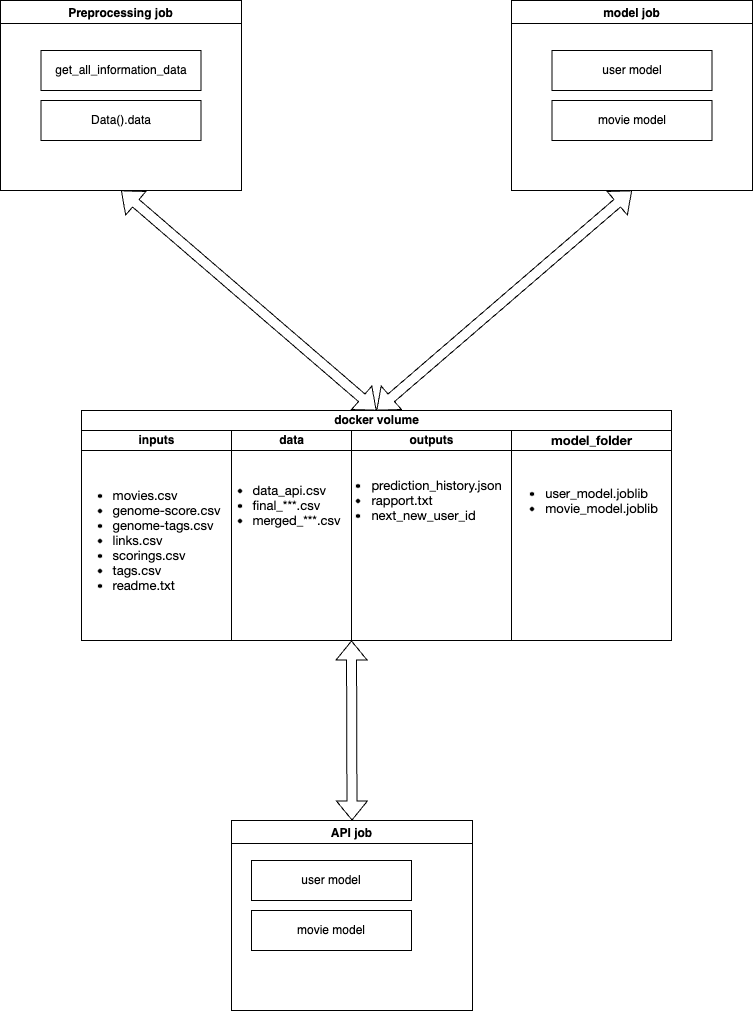
This is Images/reco_diagram.png from mlops-recofilm/recofilm, a draw.io export, as it was before one commit. Source tidied: cells renumbered, new cells last; positions are measured from the earlier drawing's top-left corner, leaving out a move shared by most shapes.
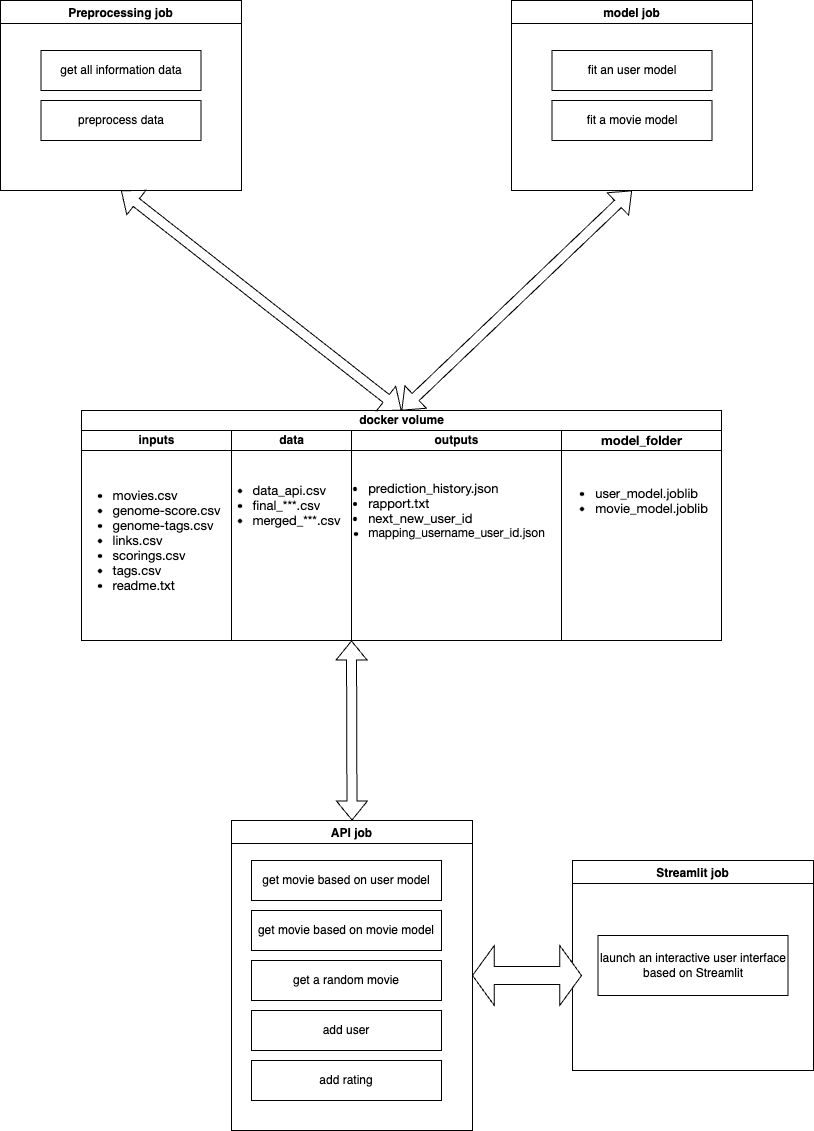
Later version of the same file.

Diff of the diagram source:
```diff
@@ -5,14 +5,14 @@
     <mxCell id="2" value="Preprocessing job" style="swimlane;" parent="1" vertex="1">
       <mxGeometry width="241" height="190" as="geometry" />
     </mxCell>
-    <mxCell id="3" value="get_all_information_data" style="rounded=0;whiteSpace=wrap;html=1;" parent="2" vertex="1">
+    <mxCell id="3" value="get all information data" style="rounded=0;whiteSpace=wrap;html=1;" parent="2" vertex="1">
       <mxGeometry x="40.5" y="50" width="160" height="40" as="geometry" />
     </mxCell>
-    <mxCell id="4" value="Data().data" style="rounded=0;whiteSpace=wrap;html=1;" parent="2" vertex="1">
+    <mxCell id="4" value="preprocess data" style="rounded=0;whiteSpace=wrap;html=1;" parent="2" vertex="1">
       <mxGeometry x="40.5" y="100" width="160" height="40" as="geometry" />
     </mxCell>
     <mxCell id="5" value="docker volume" style="swimlane;startSize=20;html=1;" parent="1" vertex="1">
-      <mxGeometry x="81" y="410" width="590" height="230" as="geometry" />
+      <mxGeometry x="81" y="410" width="640" height="230" as="geometry" />
     </mxCell>
     <mxCell id="6" value="inputs" style="swimlane;startSize=20;html=1;" parent="5" vertex="1">
       <mxGeometry y="20" width="150" height="210" as="geometry" />
@@ -24,16 +24,16 @@
       <mxGeometry x="150" y="20" width="120" height="210" as="geometry" />
     </mxCell>
     <mxCell id="9" value="outputs" style="swimlane;startSize=20;html=1;" parent="5" vertex="1">
-      <mxGeometry x="270" y="20" width="160" height="210" as="geometry" />
+      <mxGeometry x="270" y="20" width="210" height="210" as="geometry" />
     </mxCell>
-    <mxCell id="10" value="&lt;ul style=&quot;font-size: medium; text-align: start;&quot; class=&quot;ul1&quot;&gt;&lt;ul style=&quot;list-style-type: disc;&quot; class=&quot;ul1&quot;&gt;&lt;li style=&quot;margin: 0px; font-variant-numeric: normal; font-variant-east-asian: normal; font-variant-alternates: normal; font-kerning: auto; font-optical-sizing: auto; font-feature-settings: normal; font-variation-settings: normal; font-stretch: normal; font-size: 13px; line-height: normal; font-family: &amp;quot;Helvetica Neue&amp;quot;;&quot; class=&quot;li1&quot;&gt;prediction_history.json&lt;/li&gt;&lt;li style=&quot;margin: 0px; font-variant-numeric: normal; font-variant-east-asian: normal; font-variant-alternates: normal; font-kerning: auto; font-optical-sizing: auto; font-feature-settings: normal; font-variation-settings: normal; font-stretch: normal; font-size: 13px; line-height: normal; font-family: &amp;quot;Helvetica Neue&amp;quot;;&quot; class=&quot;li1&quot;&gt;&lt;span style=&quot;font-variant-numeric: normal; font-variant-east-asian: normal; font-variant-alternates: normal; font-kerning: auto; font-optical-sizing: auto; font-feature-settings: normal; font-variation-settings: normal; font-stretch: normal; font-size: 9px; line-height: normal; font-family: Menlo;&quot; class=&quot;s1&quot;&gt;&lt;/span&gt;rapport.txt&lt;/li&gt;&lt;li style=&quot;margin: 0px; font-variant-numeric: normal; font-variant-east-asian: normal; font-variant-alternates: normal; font-kerning: auto; font-optical-sizing: auto; font-feature-settings: normal; font-variation-settings: normal; font-stretch: normal; font-size: 13px; line-height: normal; font-family: &amp;quot;Helvetica Neue&amp;quot;;&quot; class=&quot;li1&quot;&gt;next_new_user_id&lt;/li&gt;&lt;/ul&gt;&lt;/ul&gt;" style="text;html=1;align=center;verticalAlign=middle;strokeColor=none;fillColor=none;" parent="9" vertex="1">
-      <mxGeometry x="-70" y="25" width="230" height="90" as="geometry" />
+    <mxCell id="10" value="&lt;ul style=&quot;text-align: start;&quot; class=&quot;ul1&quot;&gt;&lt;ul style=&quot;list-style-type: disc;&quot; class=&quot;ul1&quot;&gt;&lt;li style=&quot;font-size: 13px; margin: 0px; font-variant-numeric: normal; font-variant-east-asian: normal; font-variant-alternates: normal; font-kerning: auto; font-optical-sizing: auto; font-feature-settings: normal; font-variation-settings: normal; font-stretch: normal; line-height: normal; font-family: &amp;quot;Helvetica Neue&amp;quot;;&quot; class=&quot;li1&quot;&gt;prediction_history.json&lt;/li&gt;&lt;li style=&quot;font-size: 13px; margin: 0px; font-variant-numeric: normal; font-variant-east-asian: normal; font-variant-alternates: normal; font-kerning: auto; font-optical-sizing: auto; font-feature-settings: normal; font-variation-settings: normal; font-stretch: normal; line-height: normal; font-family: &amp;quot;Helvetica Neue&amp;quot;;&quot; class=&quot;li1&quot;&gt;&lt;span style=&quot;font-variant-numeric: normal; font-variant-east-asian: normal; font-variant-alternates: normal; font-kerning: auto; font-optical-sizing: auto; font-feature-settings: normal; font-variation-settings: normal; font-stretch: normal; font-size: 9px; line-height: normal; font-family: Menlo;&quot; class=&quot;s1&quot;&gt;&lt;/span&gt;rapport.txt&lt;/li&gt;&lt;li style=&quot;font-size: 13px; margin: 0px; font-variant-numeric: normal; font-variant-east-asian: normal; font-variant-alternates: normal; font-kerning: auto; font-optical-sizing: auto; font-feature-settings: normal; font-variation-settings: normal; font-stretch: normal; line-height: normal; font-family: &amp;quot;Helvetica Neue&amp;quot;;&quot; class=&quot;li1&quot;&gt;next_new_user_id&lt;/li&gt;&lt;li style=&quot;margin: 0px; font-variant-numeric: normal; font-variant-east-asian: normal; font-variant-alternates: normal; font-kerning: auto; font-optical-sizing: auto; font-feature-settings: normal; font-variation-settings: normal; font-stretch: normal; line-height: normal;&quot; class=&quot;li1&quot;&gt;&lt;font face=&quot;Helvetica Neue&quot;&gt;mapping_username_user_id.json&lt;/font&gt;&lt;br&gt;&lt;/li&gt;&lt;/ul&gt;&lt;/ul&gt;" style="text;html=1;align=center;verticalAlign=middle;strokeColor=none;fillColor=none;" parent="9" vertex="1">
+      <mxGeometry x="-75" y="30" width="280" height="100" as="geometry" />
     </mxCell>
     <mxCell id="11" value="&lt;ul style=&quot;font-size: medium; text-align: start;&quot; class=&quot;ul1&quot;&gt;&lt;ul style=&quot;list-style-type: disc;&quot; class=&quot;ul1&quot;&gt;&lt;li style=&quot;margin: 0px; font-variant-numeric: normal; font-variant-east-asian: normal; font-variant-alternates: normal; font-kerning: auto; font-optical-sizing: auto; font-feature-settings: normal; font-variation-settings: normal; font-stretch: normal; font-size: 13px; line-height: normal; font-family: &amp;quot;Helvetica Neue&amp;quot;;&quot; class=&quot;li1&quot;&gt;data_api.csv&lt;/li&gt;&lt;li style=&quot;margin: 0px; font-variant-numeric: normal; font-variant-east-asian: normal; font-variant-alternates: normal; font-kerning: auto; font-optical-sizing: auto; font-feature-settings: normal; font-variation-settings: normal; font-stretch: normal; font-size: 13px; line-height: normal; font-family: &amp;quot;Helvetica Neue&amp;quot;;&quot; class=&quot;li1&quot;&gt;&lt;span style=&quot;font-variant-numeric: normal; font-variant-east-asian: normal; font-variant-alternates: normal; font-kerning: auto; font-optical-sizing: auto; font-feature-settings: normal; font-variation-settings: normal; font-stretch: normal; font-size: 9px; line-height: normal; font-family: Menlo;&quot; class=&quot;s1&quot;&gt;&lt;/span&gt;final_***.csv&lt;/li&gt;&lt;li style=&quot;margin: 0px; font-variant-numeric: normal; font-variant-east-asian: normal; font-variant-alternates: normal; font-kerning: auto; font-optical-sizing: auto; font-feature-settings: normal; font-variation-settings: normal; font-stretch: normal; font-size: 13px; line-height: normal; font-family: &amp;quot;Helvetica Neue&amp;quot;;&quot; class=&quot;li1&quot;&gt;&lt;span style=&quot;font-variant-numeric: normal; font-variant-east-asian: normal; font-variant-alternates: normal; font-kerning: auto; font-optical-sizing: auto; font-feature-settings: normal; font-variation-settings: normal; font-stretch: normal; font-size: 9px; line-height: normal; font-family: Menlo;&quot; class=&quot;s1&quot;&gt;&lt;/span&gt;merged_***.csv&lt;/li&gt;&lt;/ul&gt;&lt;/ul&gt;" style="text;html=1;align=center;verticalAlign=middle;strokeColor=none;fillColor=none;" parent="9" vertex="1">
       <mxGeometry x="-190" y="30" width="190" height="90" as="geometry" />
     </mxCell>
     <mxCell id="12" value="&lt;span style=&quot;font-family: &amp;quot;Helvetica Neue&amp;quot;; font-size: 13px; text-align: start; background-color: initial;&quot;&gt;model_folder&lt;/span&gt;" style="swimlane;startSize=20;html=1;fontStyle=1;" parent="5" vertex="1">
-      <mxGeometry x="430" y="20" width="160" height="210" as="geometry" />
+      <mxGeometry x="480" y="20" width="160" height="210" as="geometry" />
     </mxCell>
     <mxCell id="13" value="&lt;ul style=&quot;border-color: var(--border-color); font-size: medium; text-align: start;&quot; class=&quot;ul1&quot;&gt;&lt;li style=&quot;border-color: var(--border-color); margin: 0px; font-variant-numeric: normal; font-variant-east-asian: normal; font-variant-alternates: normal; font-kerning: auto; font-optical-sizing: auto; font-feature-settings: normal; font-variation-settings: normal; font-stretch: normal; font-size: 13px; line-height: normal; font-family: &amp;quot;Helvetica Neue&amp;quot;;&quot; class=&quot;li1&quot;&gt;user_model.joblib&lt;/li&gt;&lt;li style=&quot;border-color: var(--border-color); margin: 0px; font-variant-numeric: normal; font-variant-east-asian: normal; font-variant-alternates: normal; font-kerning: auto; font-optical-sizing: auto; font-feature-settings: normal; font-variation-settings: normal; font-stretch: normal; font-size: 13px; line-height: normal; font-family: &amp;quot;Helvetica Neue&amp;quot;;&quot; class=&quot;li1&quot;&gt;movie_model.joblib&lt;/li&gt;&lt;/ul&gt;" style="text;html=1;align=center;verticalAlign=middle;strokeColor=none;fillColor=none;" parent="12" vertex="1">
       <mxGeometry x="-20" y="30" width="180" height="80" as="geometry" />
@@ -41,10 +41,10 @@
     <mxCell id="14" value="model job" style="swimlane;" parent="1" vertex="1">
       <mxGeometry x="511" width="241" height="190" as="geometry" />
     </mxCell>
-    <mxCell id="15" value="user model" style="rounded=0;whiteSpace=wrap;html=1;align=center;" parent="14" vertex="1">
+    <mxCell id="15" value="fit an user model" style="rounded=0;whiteSpace=wrap;html=1;align=center;" parent="14" vertex="1">
       <mxGeometry x="40.5" y="50" width="160" height="40" as="geometry" />
     </mxCell>
-    <mxCell id="16" value="movie model" style="rounded=0;whiteSpace=wrap;html=1;align=center;" parent="14" vertex="1">
+    <mxCell id="16" value="fit a movie model" style="rounded=0;whiteSpace=wrap;html=1;align=center;" parent="14" vertex="1">
       <mxGeometry x="40.5" y="100" width="160" height="40" as="geometry" />
     </mxCell>
     <mxCell id="17" style="shape=flexArrow;endArrow=classic;startArrow=classic;html=1;rounded=0;entryX=0.5;entryY=1;entryDx=0;entryDy=0;exitX=0.5;exitY=0;exitDx=0;exitDy=0;" parent="1" edge="1" source="5" target="2">
@@ -54,16 +54,34 @@
       <mxGeometry relative="1" as="geometry" />
     </mxCell>
     <mxCell id="19" value="API job" style="swimlane;" parent="1" vertex="1">
-      <mxGeometry x="231" y="820" width="241" height="190" as="geometry" />
+      <mxGeometry x="231" y="820" width="241" height="310" as="geometry" />
     </mxCell>
-    <mxCell id="20" value="user model" style="rounded=0;whiteSpace=wrap;html=1;" parent="19" vertex="1">
-      <mxGeometry x="20" y="40" width="160" height="40" as="geometry" />
+    <mxCell id="20" value="get movie based on user model" style="rounded=0;whiteSpace=wrap;html=1;" parent="19" vertex="1">
+      <mxGeometry x="20" y="40" width="190" height="40" as="geometry" />
     </mxCell>
-    <mxCell id="21" value="movie model" style="rounded=0;whiteSpace=wrap;html=1;" parent="19" vertex="1">
-      <mxGeometry x="20" y="90" width="160" height="40" as="geometry" />
+    <mxCell id="21" value="get movie based on movie model" style="rounded=0;whiteSpace=wrap;html=1;" parent="19" vertex="1">
+      <mxGeometry x="20" y="90" width="190" height="40" as="geometry" />
     </mxCell>
+    <mxCell id="23" value="get a random movie" style="rounded=0;whiteSpace=wrap;html=1;" parent="19" vertex="1">
+      <mxGeometry x="20" y="140" width="190" height="40" as="geometry" />
+    </mxCell>
+    <mxCell id="24" value="add user" style="rounded=0;whiteSpace=wrap;html=1;" parent="19" vertex="1">
+      <mxGeometry x="20" y="190" width="190" height="40" as="geometry" />
+    </mxCell>
+    <mxCell id="25" value="add rating" style="rounded=0;whiteSpace=wrap;html=1;" parent="19" vertex="1">
+      <mxGeometry x="20" y="240" width="190" height="40" as="geometry" />
+    </mxCell>
     <mxCell id="22" style="shape=flexArrow;endArrow=classic;startArrow=classic;html=1;rounded=0;exitX=0.5;exitY=0;exitDx=0;exitDy=0;entryX=0;entryY=1;entryDx=0;entryDy=0;" parent="1" edge="1" source="19" target="9">
       <mxGeometry relative="1" as="geometry" />
     </mxCell>
+    <mxCell id="26" value="Streamlit job" style="swimlane;" parent="1" vertex="1">
+      <mxGeometry x="572" y="860" width="241" height="210" as="geometry" />
+    </mxCell>
+    <mxCell id="27" value="launch an interactive user interface based on Streamlit" style="rounded=0;whiteSpace=wrap;html=1;" parent="26" vertex="1">
+      <mxGeometry x="25.5" y="75" width="190" height="60" as="geometry" />
+    </mxCell>
+    <mxCell id="28" style="shape=doubleArrow;whiteSpace=wrap;html=1;" parent="1" vertex="1">
+      <mxGeometry x="472" y="945" width="109" height="60" as="geometry" />
+    </mxCell>
   </root>
 </mxGraphModel>
```
